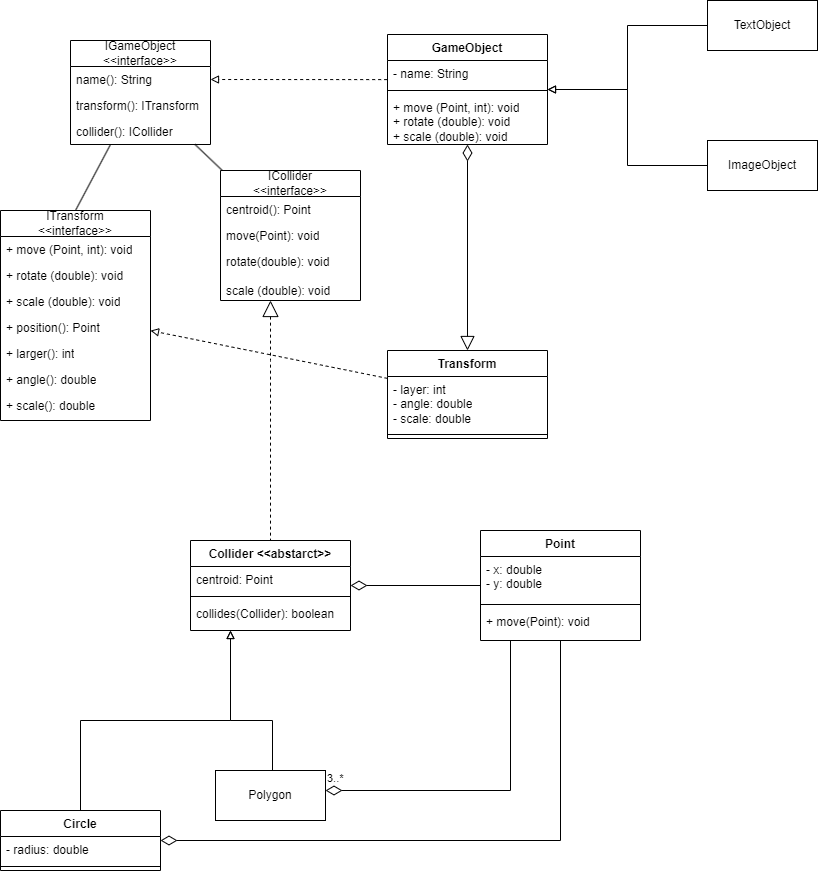
Before: PROJ.png, a diagram exported from draw.io (ricardoorodriguess/BurgerMan). Source tidied: cells renumbered, new cells last; positions are measured from the earlier drawing's top-left corner, leaving out a move shared by most shapes.
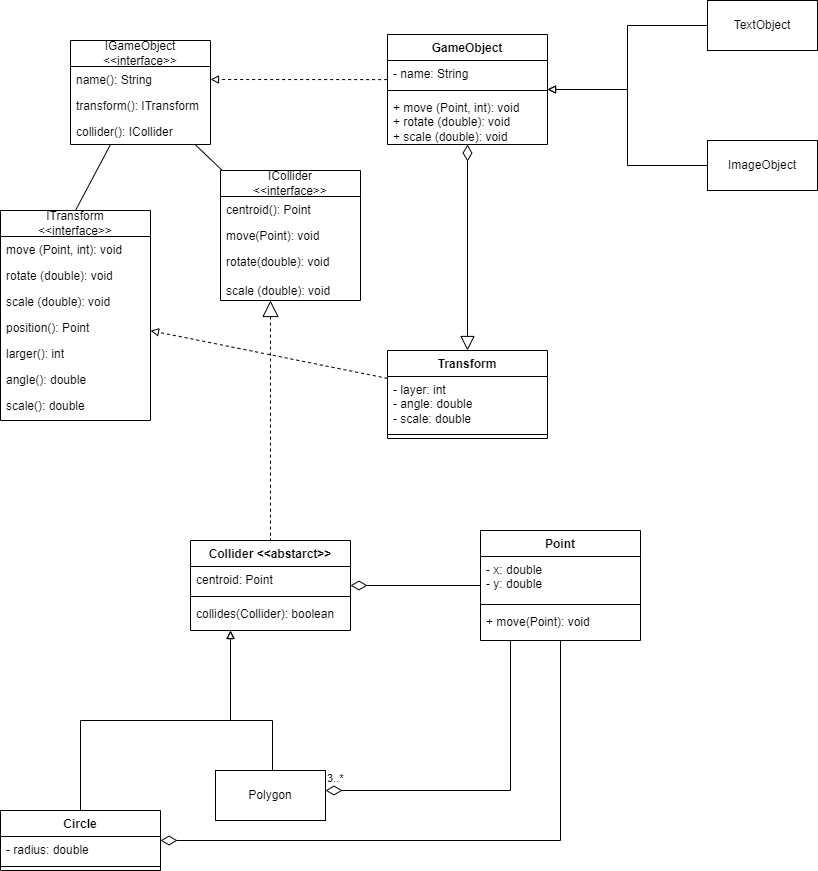
Above is the later version.

Commit message:
Remeve + and - from interface in UML

Diff of the diagram source:
```diff
@@ -59,25 +59,25 @@
     <mxCell id="20" value="ITransform&lt;br&gt;&amp;lt;&amp;lt;interface&amp;gt;&amp;gt;" style="swimlane;fontStyle=0;horizontal=1;startSize=26;fillColor=none;whiteSpace=wrap;html=1;" parent="19" vertex="1">
       <mxGeometry width="150" height="210" as="geometry" />
     </mxCell>
-    <mxCell id="21" value="+ move (Point, int): void" style="text;strokeColor=none;fillColor=none;align=left;verticalAlign=top;spacingLeft=4;spacingRight=4;overflow=hidden;whiteSpace=wrap;html=1;" parent="20" vertex="1">
+    <mxCell id="21" value="move (Point, int): void" style="text;strokeColor=none;fillColor=none;align=left;verticalAlign=top;spacingLeft=4;spacingRight=4;overflow=hidden;whiteSpace=wrap;html=1;" parent="20" vertex="1">
       <mxGeometry y="26" width="150" height="26" as="geometry" />
     </mxCell>
-    <mxCell id="22" value="+ rotate (double): void" style="text;strokeColor=none;fillColor=none;align=left;verticalAlign=top;spacingLeft=4;spacingRight=4;overflow=hidden;whiteSpace=wrap;html=1;" parent="20" vertex="1">
+    <mxCell id="22" value="rotate (double): void" style="text;strokeColor=none;fillColor=none;align=left;verticalAlign=top;spacingLeft=4;spacingRight=4;overflow=hidden;whiteSpace=wrap;html=1;" parent="20" vertex="1">
       <mxGeometry y="52" width="150" height="26" as="geometry" />
     </mxCell>
-    <mxCell id="23" value="&lt;div&gt;+ scale (double): void&lt;/div&gt;" style="text;strokeColor=none;fillColor=none;align=left;verticalAlign=top;spacingLeft=4;spacingRight=4;overflow=hidden;whiteSpace=wrap;html=1;" parent="20" vertex="1">
+    <mxCell id="23" value="&lt;div&gt;scale (double): void&lt;/div&gt;" style="text;strokeColor=none;fillColor=none;align=left;verticalAlign=top;spacingLeft=4;spacingRight=4;overflow=hidden;whiteSpace=wrap;html=1;" parent="20" vertex="1">
       <mxGeometry y="78" width="150" height="132" as="geometry" />
     </mxCell>
-    <mxCell id="24" value="+ position(): Point" style="text;strokeColor=none;fillColor=none;align=left;verticalAlign=top;spacingLeft=4;spacingRight=4;overflow=hidden;whiteSpace=wrap;html=1;" parent="19" vertex="1">
+    <mxCell id="24" value="position(): Point" style="text;strokeColor=none;fillColor=none;align=left;verticalAlign=top;spacingLeft=4;spacingRight=4;overflow=hidden;whiteSpace=wrap;html=1;" parent="19" vertex="1">
       <mxGeometry y="104" width="150" height="26" as="geometry" />
     </mxCell>
-    <mxCell id="25" value="+ larger(): int" style="text;strokeColor=none;fillColor=none;align=left;verticalAlign=top;spacingLeft=4;spacingRight=4;overflow=hidden;whiteSpace=wrap;html=1;" parent="19" vertex="1">
+    <mxCell id="25" value="larger(): int" style="text;strokeColor=none;fillColor=none;align=left;verticalAlign=top;spacingLeft=4;spacingRight=4;overflow=hidden;whiteSpace=wrap;html=1;" parent="19" vertex="1">
       <mxGeometry y="130" width="150" height="26" as="geometry" />
     </mxCell>
-    <mxCell id="26" value="+ angle(): double" style="text;strokeColor=none;fillColor=none;align=left;verticalAlign=top;spacingLeft=4;spacingRight=4;overflow=hidden;whiteSpace=wrap;html=1;" parent="19" vertex="1">
+    <mxCell id="26" value="angle(): double" style="text;strokeColor=none;fillColor=none;align=left;verticalAlign=top;spacingLeft=4;spacingRight=4;overflow=hidden;whiteSpace=wrap;html=1;" parent="19" vertex="1">
       <mxGeometry y="156" width="150" height="26" as="geometry" />
     </mxCell>
-    <mxCell id="27" value="+ scale(): double" style="text;strokeColor=none;fillColor=none;align=left;verticalAlign=top;spacingLeft=4;spacingRight=4;overflow=hidden;whiteSpace=wrap;html=1;" parent="19" vertex="1">
+    <mxCell id="27" value="scale(): double" style="text;strokeColor=none;fillColor=none;align=left;verticalAlign=top;spacingLeft=4;spacingRight=4;overflow=hidden;whiteSpace=wrap;html=1;" parent="19" vertex="1">
       <mxGeometry y="182" width="150" height="26" as="geometry" />
     </mxCell>
     <mxCell id="28" value="ICollider&lt;br&gt;&amp;lt;&amp;lt;interface&amp;gt;&amp;gt;" style="swimlane;fontStyle=0;horizontal=1;startSize=26;fillColor=none;whiteSpace=wrap;html=1;" parent="1" vertex="1">
```
